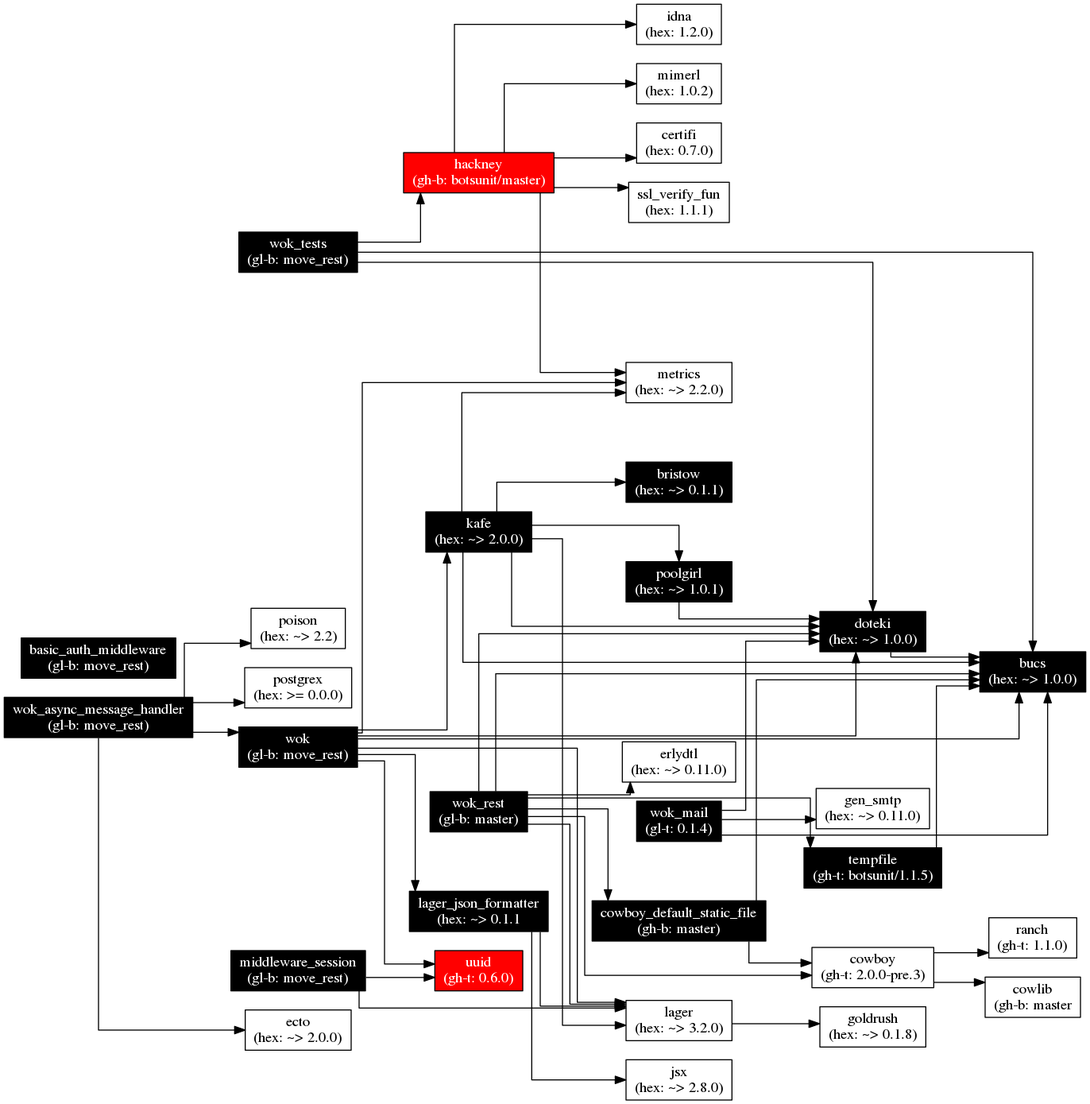
Above: images/wok.deps.png in botsunit/wok (Graphviz), before the change. Its source is kept beside it as images/wok.deps.gv.
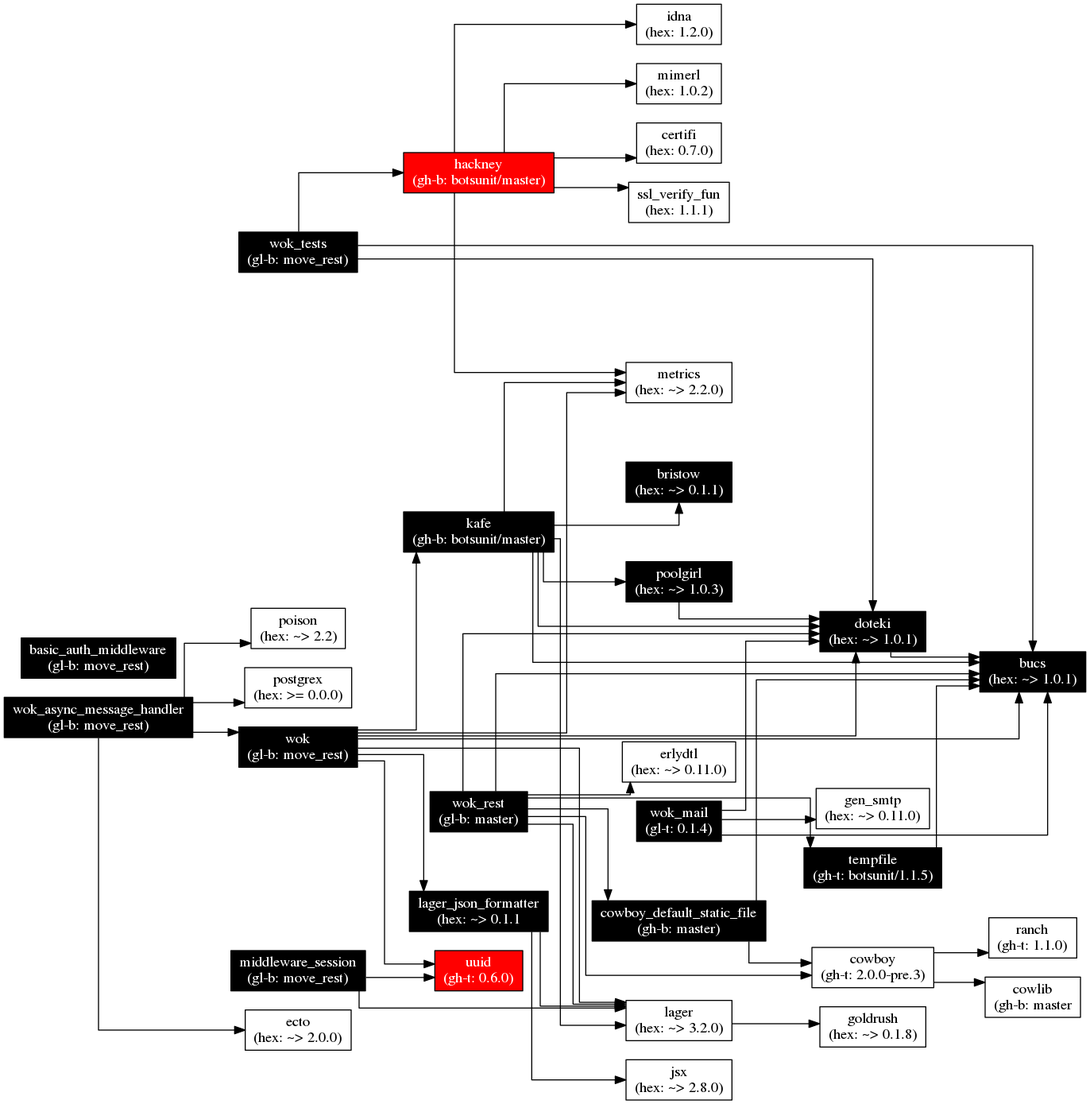
The same file after the commit.

Diff of the diagram source:
```diff
@@ -15,15 +15,15 @@
                        fontcolor="white",
                        style="filled"
                        fillcolor="black"];
-  kafe[label="kafe\n(hex: ~> 2.0.0)",
+  kafe[label="kafe\n(gh-b: botsunit/master)",
        fontcolor="white",
        style="filled",
        fillcolor="black"];
-  bucs[label="bucs\n(hex: ~> 1.0.0)",
+  bucs[label="bucs\n(hex: ~> 1.0.1)",
        fontcolor="white",
        style="filled",
        fillcolor="black"];
-  doteki[label="doteki\n(hex: ~> 1.0.0)",
+  doteki[label="doteki\n(hex: ~> 1.0.1)",
          fontcolor="white",
          style="filled",
          fillcolor="black"];
@@ -34,7 +34,7 @@
   metrics[label="metrics\n(hex: ~> 2.2.0)"];
   goldrush[label="goldrush\n(hex: ~> 0.1.8)"];
   jsx[label="jsx\n(hex: ~> 2.8.0)"];
-  poolgirl[label="poolgirl\n(hex: ~> 1.0.1)",
+  poolgirl[label="poolgirl\n(hex: ~> 1.0.3)",
            fontcolor="white",
            style="filled",
            fillcolor="black"];
```
